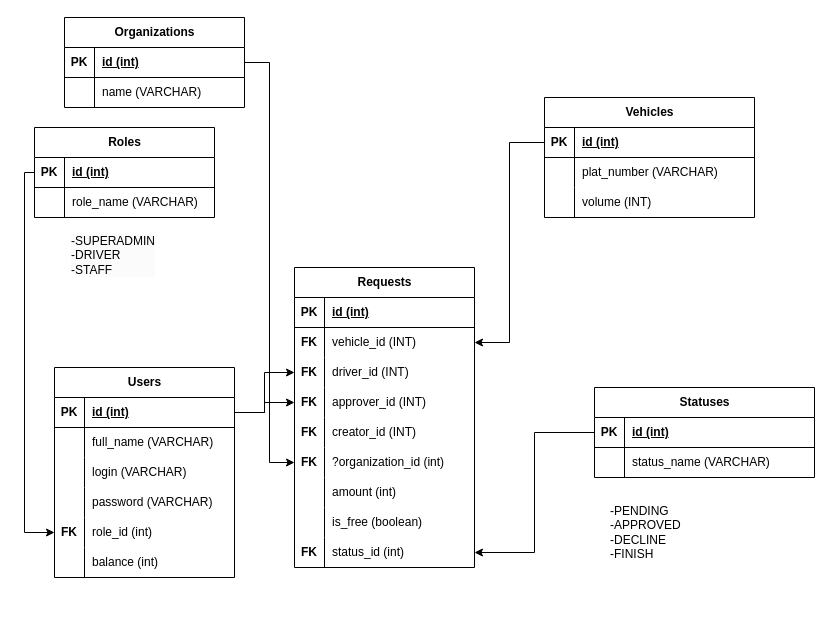
This is torf-be.drawio from fao30/alena, a draw.io file, before an edit. Source tidied: cells renumbered, new cells numbered last; positions are measured from the earlier drawing's top-left corner, leaving out a move shared by most shapes. Both pictures are drawn from the tidied source at 100%, with x=0, y=0 at pixel (24, 17).
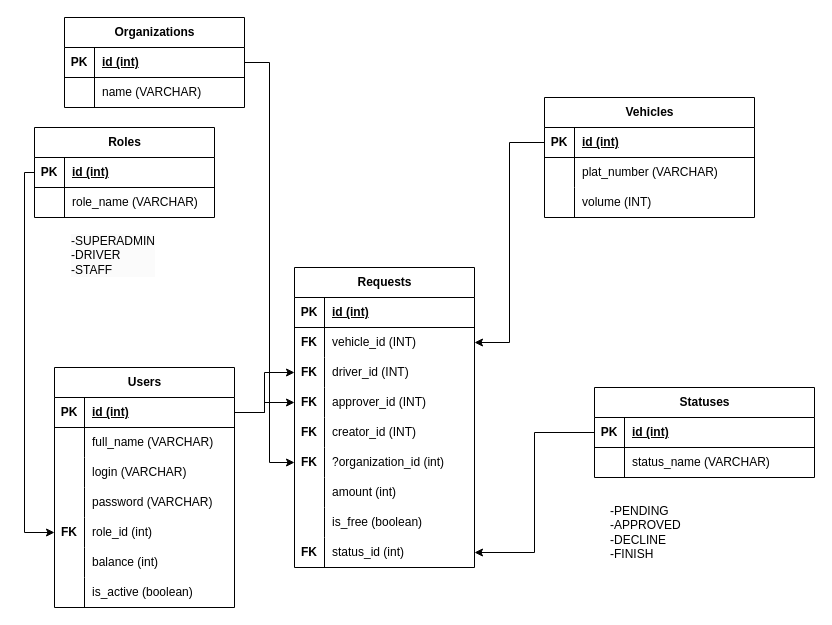
The same diagram, later.

Change to the diagram source:
```diff
@@
     <mxCell id="2" value="Users" style="shape=table;startSize=30;childLayout=tableLayout;rowLines=0;fontStyle=1;align=center;html=1;" parent="1" vertex="1">
-      <mxGeometry x="30" y="350" width="180" height="210" as="geometry" />
+      <mxGeometry x="30" y="350" width="180" height="240" as="geometry" />
     </mxCell>
@@
+    <mxCell id="88" style="shape=tableRow;horizontal=0;startSize=0;swimlaneHead=0;swimlaneBody=0;fillColor=none;top=0;left=0;right=0;bottom=0;" parent="2" vertex="1">
+      <mxGeometry y="210" width="180" height="30" as="geometry" />
+    </mxCell>
+    <mxCell id="89" style="shape=partialRectangle;fillColor=none;top=0;left=0;bottom=0;right=0;overflow=hidden;whiteSpace=wrap;html=1;" parent="88" vertex="1">
+      <mxGeometry width="30" height="30" as="geometry" />
+    </mxCell>
+    <mxCell id="90" value="is_active (boolean)" style="shape=partialRectangle;fillColor=none;top=0;left=0;bottom=0;right=0;align=left;spacingLeft=6;overflow=hidden;whiteSpace=wrap;html=1;" parent="88" vertex="1">
+      <mxGeometry x="30" width="150" height="30" as="geometry" />
+    </mxCell>
```
